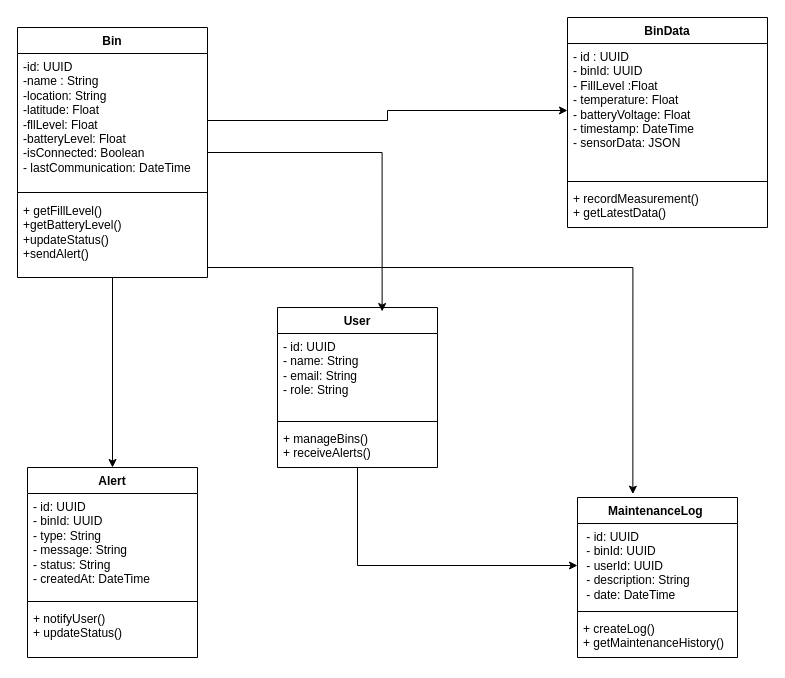
This is poubelleintelligent.drawio from BlessingNzemo/poubelle_intelligente, a draw.io file, before an edit. Source tidied: cells renumbered, new cells numbered last; positions are measured from the earlier drawing's top-left corner, leaving out a move shared by most shapes. Both pictures are drawn from the tidied source at 100%, with x=0, y=0 at pixel (17, 17).
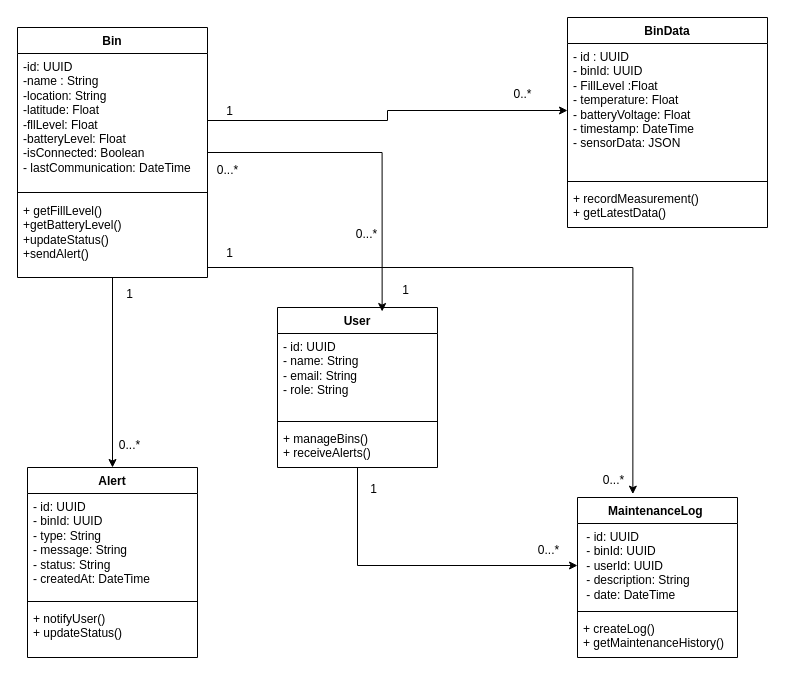
The same diagram, later.

Commit message (it also covers changes not shown here):
Mettre à jour poubelleintelligent.drawio

What changed in the source:
```diff
@@
+    <mxCell id="27" value="1" style="text;html=1;align=center;verticalAlign=middle;strokeColor=none;fillColor=none;" parent="1" vertex="1">
+      <mxGeometry x="199" y="81" width="25" height="26" as="geometry" />
+    </mxCell>
+    <mxCell id="28" value="0..*" style="text;html=1;align=center;verticalAlign=middle;strokeColor=none;fillColor=none;" parent="1" vertex="1">
+      <mxGeometry x="487" y="64" width="36" height="26" as="geometry" />
+    </mxCell>
+    <mxCell id="29" value="1" style="text;html=1;align=center;verticalAlign=middle;strokeColor=none;fillColor=none;" parent="1" vertex="1">
+      <mxGeometry x="199" y="223" width="25" height="26" as="geometry" />
+    </mxCell>
+    <mxCell id="30" value="0...*" style="text;html=1;align=center;verticalAlign=middle;strokeColor=none;fillColor=none;" parent="1" vertex="1">
+      <mxGeometry x="576" y="450" width="39" height="26" as="geometry" />
+    </mxCell>
+    <mxCell id="31" value="1" style="text;html=1;align=center;verticalAlign=middle;strokeColor=none;fillColor=none;" parent="1" vertex="1">
+      <mxGeometry x="375" y="260" width="25" height="26" as="geometry" />
+    </mxCell>
+    <mxCell id="32" value="0...*" style="text;html=1;align=center;verticalAlign=middle;strokeColor=none;fillColor=none;" parent="1" vertex="1">
+      <mxGeometry x="190" y="140" width="39" height="26" as="geometry" />
+    </mxCell>
+    <mxCell id="33" value="0...*" style="text;html=1;align=center;verticalAlign=middle;strokeColor=none;fillColor=none;" parent="1" vertex="1">
+      <mxGeometry x="329" y="204" width="39" height="26" as="geometry" />
+    </mxCell>
+    <mxCell id="34" value="1" style="text;html=1;align=center;verticalAlign=middle;strokeColor=none;fillColor=none;" parent="1" vertex="1">
+      <mxGeometry x="99" y="264" width="25" height="26" as="geometry" />
+    </mxCell>
+    <mxCell id="35" value="0...*" style="text;html=1;align=center;verticalAlign=middle;strokeColor=none;fillColor=none;" parent="1" vertex="1">
+      <mxGeometry x="92" y="415" width="39" height="26" as="geometry" />
+    </mxCell>
+    <mxCell id="36" value="1" style="text;html=1;align=center;verticalAlign=middle;strokeColor=none;fillColor=none;" parent="1" vertex="1">
+      <mxGeometry x="343" y="459" width="25" height="26" as="geometry" />
+    </mxCell>
+    <mxCell id="37" value="0...*" style="text;html=1;align=center;verticalAlign=middle;strokeColor=none;fillColor=none;" parent="1" vertex="1">
+      <mxGeometry x="511" y="520" width="39" height="26" as="geometry" />
+    </mxCell>
```
